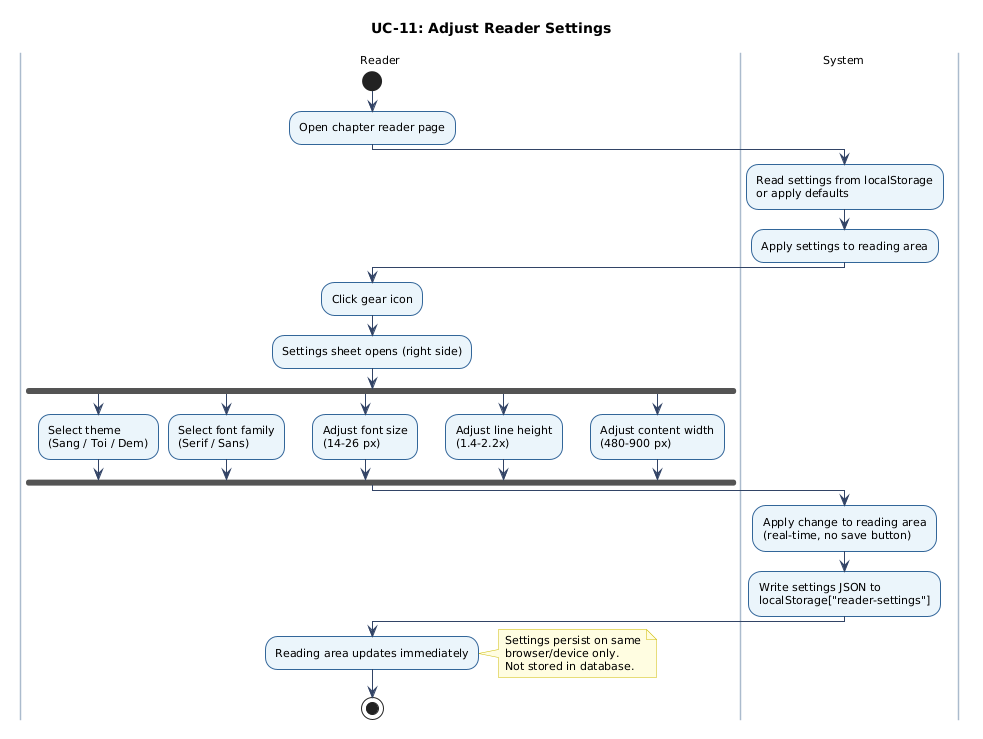
Before: docs/figures/uc-11-activity.png, a diagram exported from PlantUML (chinhbmt122/Software-Architecture). Its diagram source:
```plantuml
@startuml
skinparam defaultFontName Arial
skinparam defaultFontSize 11
skinparam ArrowColor #334466
skinparam ActivityBorderColor #336699
skinparam ActivityBackgroundColor #EBF4FA
skinparam ActivityBorderThickness 1
skinparam ActivityDiamondBorderColor #336699
skinparam ActivityDiamondBackgroundColor #FFF9E6
skinparam NoteBackgroundColor #FFFCE0
skinparam NoteBorderColor #CCBB00
skinparam swimlaneBorderColor #AABBCC
skinparam swimlaneWidth 160
skinparam shadowing false
title UC-11: Adjust Reader Settings
|Reader|
start
:Open chapter reader page;
|System|
:Read settings from localStorage\nor apply defaults;
:Apply settings to reading area;
|Reader|
:Click gear icon;
:Settings sheet opens (right side);
fork
  :Select theme\n(Sang / Toi / Dem);
fork again
  :Select font family\n(Serif / Sans);
fork again
  :Adjust font size\n(14-26 px);
fork again
  :Adjust line height\n(1.4-2.2x);
fork again
  :Adjust content width\n(480-900 px);
end fork
|System|
:Apply change to reading area\n(real-time, no save button);
:Write settings JSON to\nlocalStorage["reader-settings"];
|Reader|
:Reading area updates immediately;
note right
  Settings persist on same
  browser/device only.
  Not stored in database.
end note
stop
@enduml
```
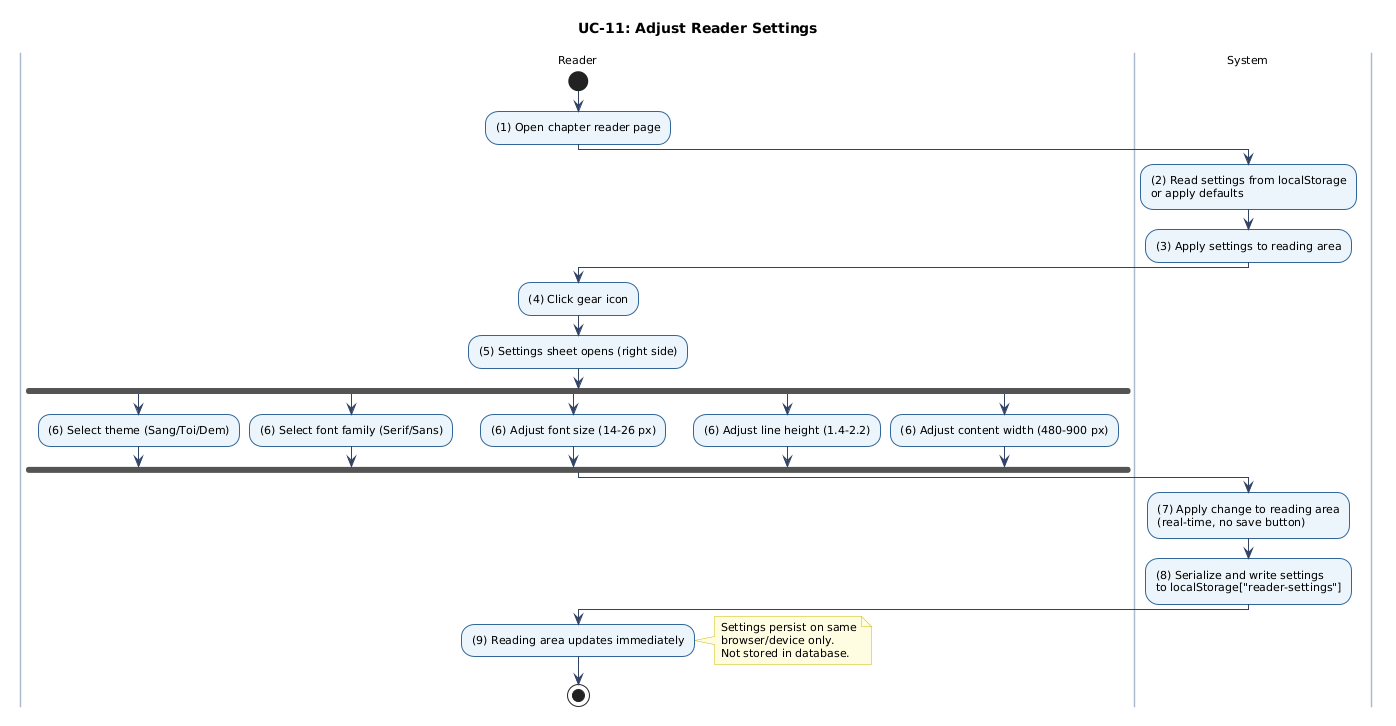
Above is the later version.

The edit, as a diff of the source:
```diff
@@ -15,29 +15,29 @@
 title UC-11: Adjust Reader Settings
 |Reader|
 start
-:Open chapter reader page;
+:(1) Open chapter reader page;
 |System|
-:Read settings from localStorage\nor apply defaults;
-:Apply settings to reading area;
+:(2) Read settings from localStorage\nor apply defaults;
+:(3) Apply settings to reading area;
 |Reader|
-:Click gear icon;
-:Settings sheet opens (right side);
+:(4) Click gear icon;
+:(5) Settings sheet opens (right side);
 fork
-  :Select theme\n(Sang / Toi / Dem);
+  :(6) Select theme (Sang/Toi/Dem);
 fork again
-  :Select font family\n(Serif / Sans);
+  :(6) Select font family (Serif/Sans);
 fork again
-  :Adjust font size\n(14-26 px);
+  :(6) Adjust font size (14-26 px);
 fork again
-  :Adjust line height\n(1.4-2.2x);
+  :(6) Adjust line height (1.4-2.2);
 fork again
-  :Adjust content width\n(480-900 px);
+  :(6) Adjust content width (480-900 px);
 end fork
 |System|
-:Apply change to reading area\n(real-time, no save button);
-:Write settings JSON to\nlocalStorage["reader-settings"];
+:(7) Apply change to reading area\n(real-time, no save button);
+:(8) Serialize and write settings\nto localStorage["reader-settings"];
 |Reader|
-:Reading area updates immediately;
+:(9) Reading area updates immediately;
 note right
   Settings persist on same
   browser/device only.
```
